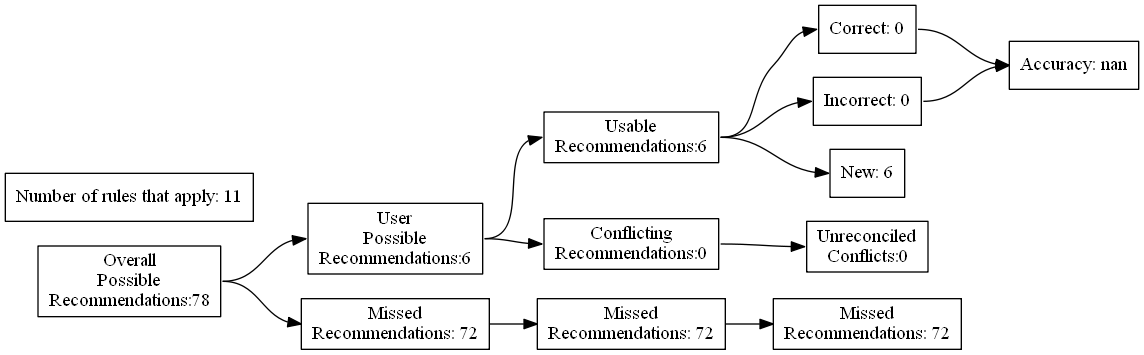
ZaxR/ibd_diet_analysis keeps this Graphviz diagram as test_renders/40.gv.png. Above is the earlier version. Its source is kept beside it as test_renders/40.gv.
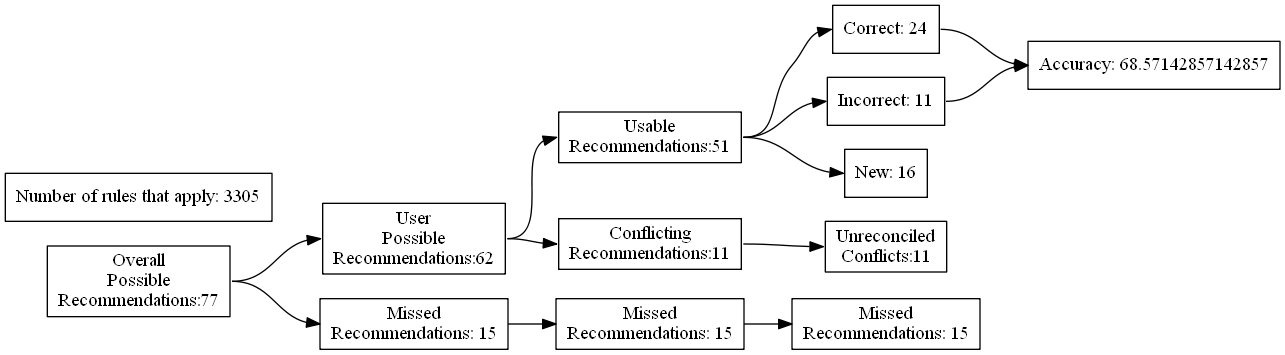
Above is the later version.

Diff of the diagram source:
```diff
@@ -4,27 +4,27 @@
 	edge [headport=w tailport=e]
 		A [label="Overall
 Possible
-Recommendations:78"]
+Recommendations:77"]
 		B [label="User
 Possible
-Recommendations:6"]
+Recommendations:62"]
 		C [label="Missed
-Recommendations: 72"]
+Recommendations: 15"]
 		D [label="Usable
-Recommendations:6"]
+Recommendations:51"]
 		E [label="Conflicting
-Recommendations:0"]
+Recommendations:11"]
 		J [label="Missed
-Recommendations: 72"]
+Recommendations: 15"]
 		M [label="Unreconciled
-Conflicts:0"]
-		F [label="Correct: 0"]
-		G [label="Incorrect: 0"]
-		H [label="New: 6"]
+Conflicts:11"]
+		F [label="Correct: 24"]
+		G [label="Incorrect: 11"]
+		H [label="New: 16"]
 		K [label="Missed
-Recommendations: 72"]
-		I [label="Accuracy: nan"]
-		l [label="Number of rules that apply: 11"]
+Recommendations: 15"]
+		I [label="Accuracy: 68.57142857142857"]
+		l [label="Number of rules that apply: 3305"]
 			A -> B
 			A -> C
 			B -> D
```
